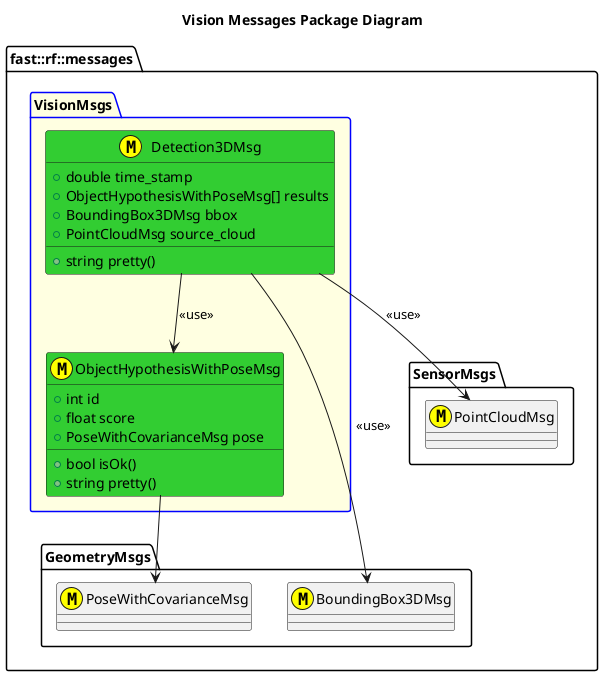
Before: msgs/VisionMsgs/doc/puml/VisionMessagesClassDiagram.png, a diagram exported from PlantUML (fastrobotics/robot_framework).
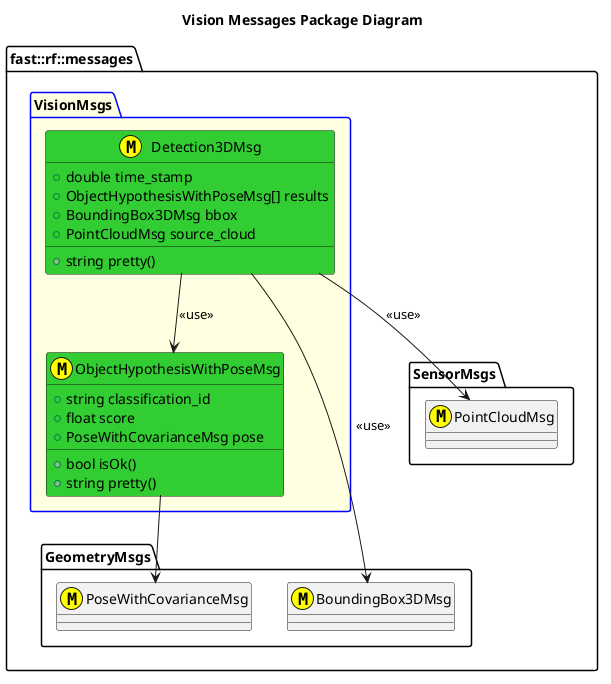
Above is the later version.

Change to the diagram source:
```diff
@@ -11,7 +11,7 @@
     }
     package VisionMsgs #LightYellow;line:blue  {
         class ObjectHypothesisWithPoseMsg <<(M,#FFFF00)>> #LimeGreen {
-            +int id
+            +string classification_id
             +float score
             +PoseWithCovarianceMsg pose
             +bool isOk()
```
